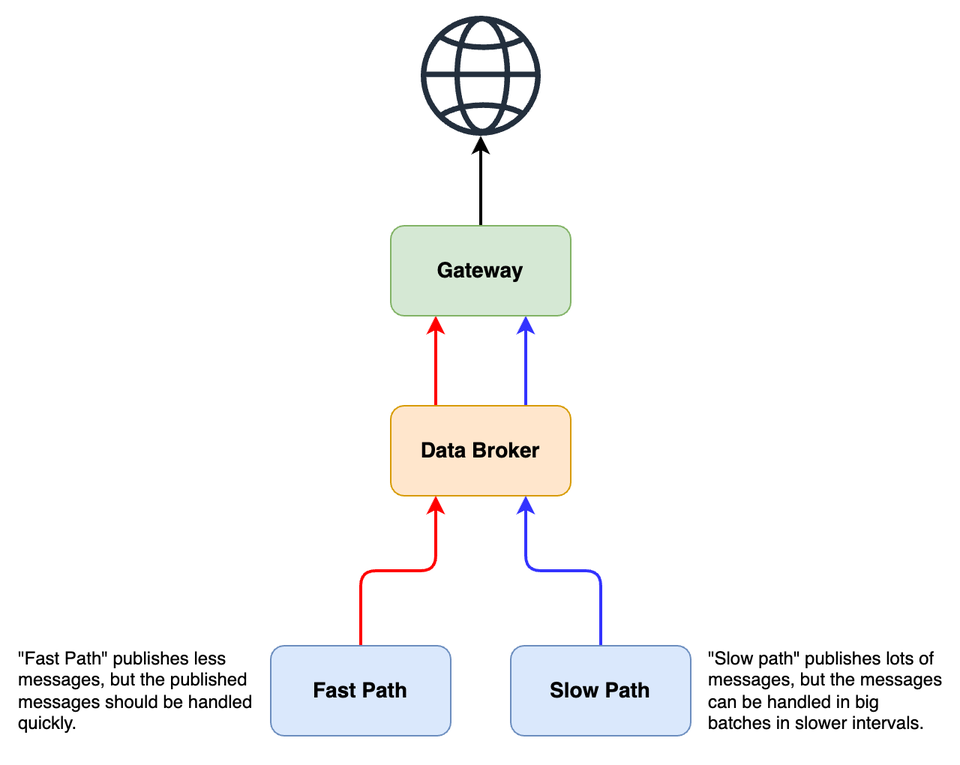
Earlier version of the draw.io export docs/data-broker.drawio.png (iiroki/data-broker). Source tidied: cells renumbered, new cells last; positions are measured from the earlier drawing's top-left corner, leaving out a move shared by most shapes.
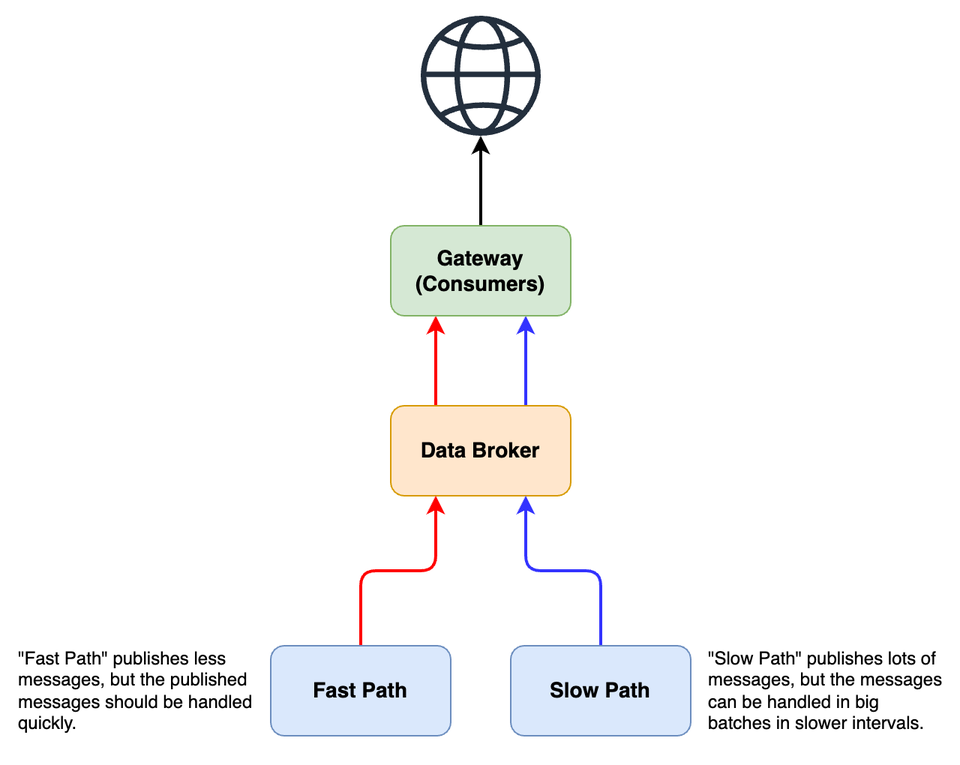
Above is the later version.

What changed in the source:
```diff
@@ -14,7 +14,7 @@
     <mxCell id="5" style="edgeStyle=orthogonalEdgeStyle;rounded=0;jettySize=auto;html=1;strokeWidth=2;" parent="1" edge="1" source="6" target="11">
       <mxGeometry relative="1" as="geometry" />
     </mxCell>
-    <mxCell id="6" value="&lt;b&gt;&lt;font style=&quot;font-size: 14px;&quot;&gt;Gateway&lt;/font&gt;&lt;/b&gt;" style="rounded=1;whiteSpace=wrap;html=1;fillColor=#d5e8d4;strokeColor=#82b366;" parent="1" vertex="1">
+    <mxCell id="6" value="&lt;b&gt;&lt;font style=&quot;font-size: 14px;&quot;&gt;Gateway&lt;/font&gt;&lt;/b&gt;&lt;div&gt;&lt;b&gt;&lt;font style=&quot;font-size: 14px;&quot;&gt;(Consumers)&lt;/font&gt;&lt;/b&gt;&lt;/div&gt;" style="rounded=1;whiteSpace=wrap;html=1;fillColor=#d5e8d4;strokeColor=#82b366;" parent="1" vertex="1">
       <mxGeometry x="250" y="140" width="120" height="60" as="geometry" />
     </mxCell>
     <mxCell id="7" style="edgeStyle=orthogonalEdgeStyle;rounded=1;jettySize=auto;html=1;entryX=0.25;entryY=1;entryDx=0;entryDy=0;curved=0;strokeColor=#FF0000;strokeWidth=2;" parent="1" edge="1" source="8" target="4">
@@ -35,7 +35,7 @@
     <mxCell id="12" value="&quot;Fast Path&quot; publishes less messages, but the published messages should be handled quickly." style="text;html=1;align=left;verticalAlign=middle;whiteSpace=wrap;rounded=0;" parent="1" vertex="1">
       <mxGeometry y="410" width="160" height="80" as="geometry" />
     </mxCell>
-    <mxCell id="13" value="&quot;Slow path&quot; publishes lots of messages, but the messages can be handled in big batches in slower intervals." style="text;html=1;align=left;verticalAlign=middle;whiteSpace=wrap;rounded=0;" parent="1" vertex="1">
+    <mxCell id="13" value="&quot;Slow Path&quot; publishes lots of messages, but the messages can be handled in big batches in slower intervals." style="text;html=1;align=left;verticalAlign=middle;whiteSpace=wrap;rounded=0;" parent="1" vertex="1">
       <mxGeometry x="460" y="410" width="160" height="80" as="geometry" />
     </mxCell>
   </root>
```
